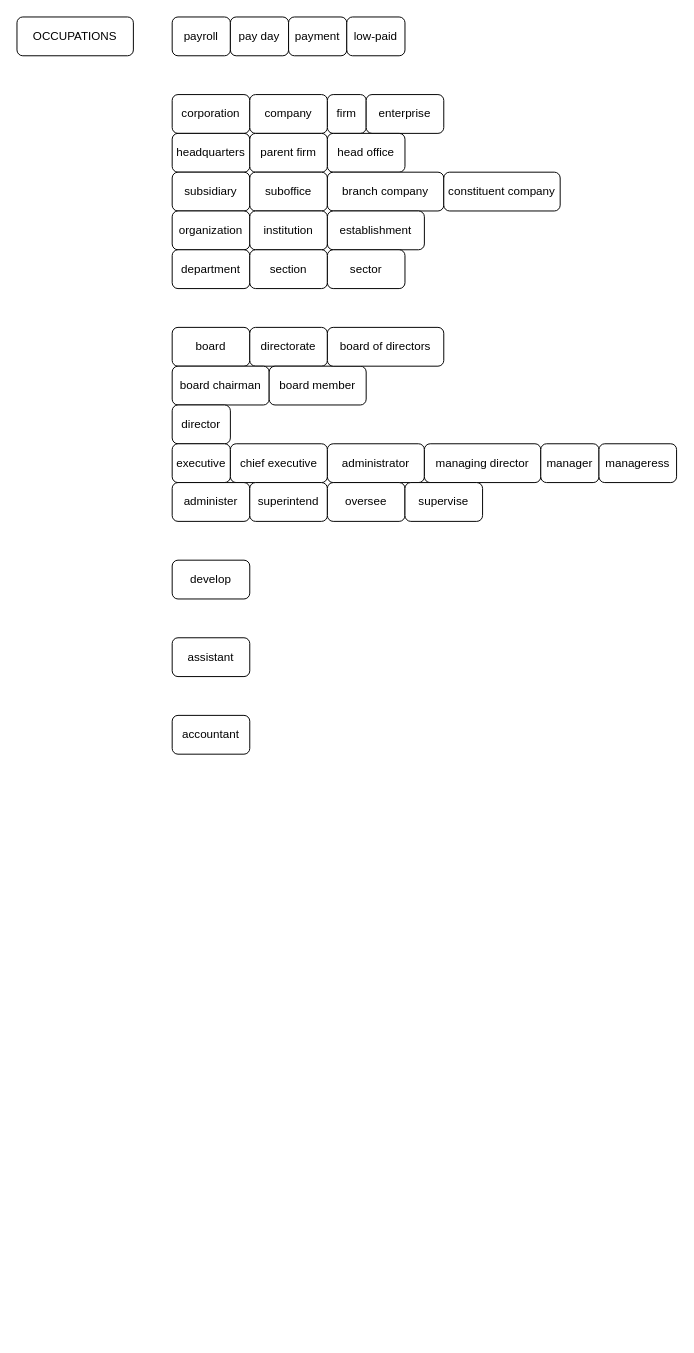
yanhanfrontend/draw.io.workspace keeps this draw.io diagram as 职场英语.drawio. Above is the earlier version. Source tidied: cells renumbered, new cells numbered last; positions are measured from the earlier drawing's top-left corner, leaving out a move shared by most shapes. Both pictures are drawn from the tidied source at 97%, with x=0, y=0 at pixel (16, 16).
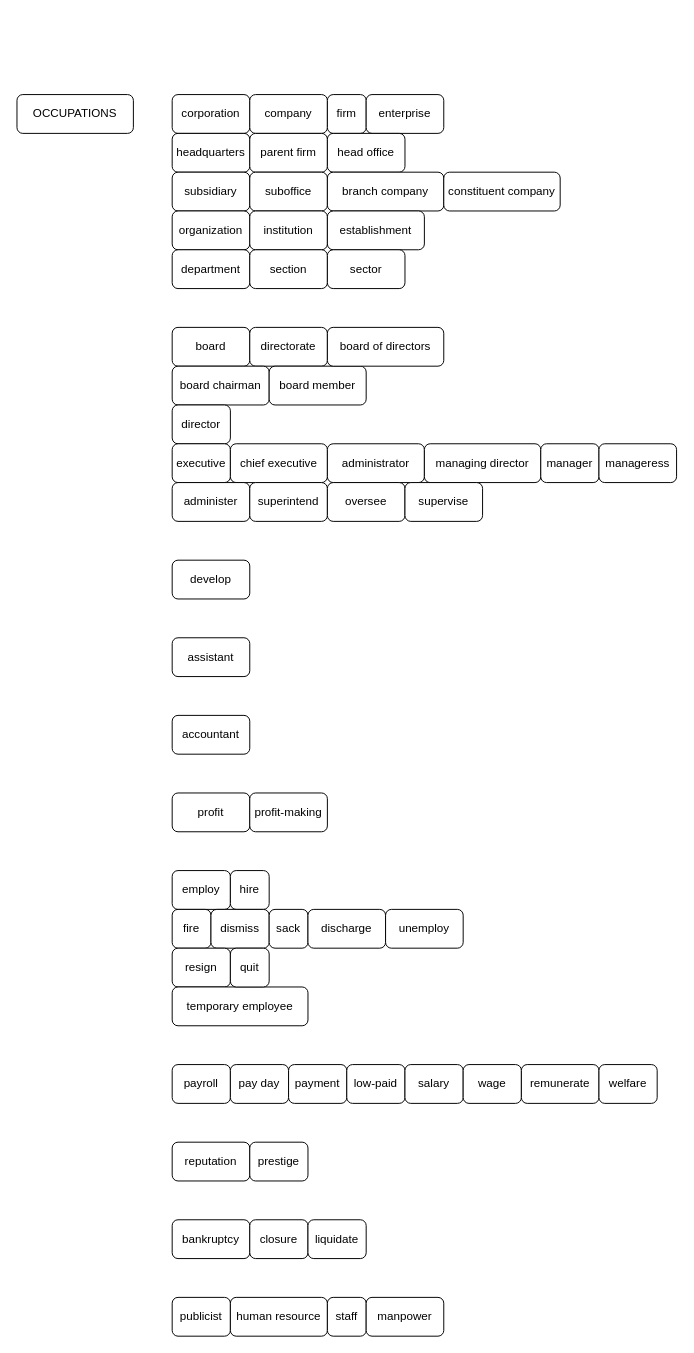
The same page after the edit.

Commit message (it also covers changes not shown here):
更新职场英语.drawio

Change to the diagram source:
```diff
@@
     <mxCell id="2" value="OCCUPATIONS" style="rounded=1;whiteSpace=wrap;html=1;" parent="1" vertex="1">
-      <mxGeometry width="120" height="40" as="geometry" />
+      <mxGeometry y="80" width="120" height="40" as="geometry" />
     </mxCell>
     <mxCell id="3" value="payroll" style="rounded=1;whiteSpace=wrap;html=1;" parent="1" vertex="1">
-      <mxGeometry x="160" width="60" height="40" as="geometry" />
+      <mxGeometry x="160" y="1080" width="60" height="40" as="geometry" />
     </mxCell>
     <mxCell id="4" value="pay day" style="rounded=1;whiteSpace=wrap;html=1;" parent="1" vertex="1">
-      <mxGeometry x="220" width="60" height="40" as="geometry" />
+      <mxGeometry x="220" y="1080" width="60" height="40" as="geometry" />
     </mxCell>
     <mxCell id="5" value="payment" style="rounded=1;whiteSpace=wrap;html=1;" parent="1" vertex="1">
-      <mxGeometry x="280" width="60" height="40" as="geometry" />
+      <mxGeometry x="280" y="1080" width="60" height="40" as="geometry" />
     </mxCell>
     <mxCell id="6" value="low-paid" style="rounded=1;whiteSpace=wrap;html=1;" parent="1" vertex="1">
-      <mxGeometry x="340" width="60" height="40" as="geometry" />
+      <mxGeometry x="340" y="1080" width="60" height="40" as="geometry" />
     </mxCell>
@@
+    <mxCell id="43" value="profit" style="rounded=1;whiteSpace=wrap;html=1;" parent="1" vertex="1">
+      <mxGeometry x="160" y="800" width="80" height="40" as="geometry" />
+    </mxCell>
+    <mxCell id="44" value="profit-making" style="rounded=1;whiteSpace=wrap;html=1;" parent="1" vertex="1">
+      <mxGeometry x="240" y="800" width="80" height="40" as="geometry" />
+    </mxCell>
+    <mxCell id="45" value="employ" style="rounded=1;whiteSpace=wrap;html=1;" parent="1" vertex="1">
+      <mxGeometry x="160" y="880" width="60" height="40" as="geometry" />
+    </mxCell>
+    <mxCell id="46" value="hire" style="rounded=1;whiteSpace=wrap;html=1;" parent="1" vertex="1">
+      <mxGeometry x="220" y="880" width="40" height="40" as="geometry" />
+    </mxCell>
+    <mxCell id="47" value="fire" style="rounded=1;whiteSpace=wrap;html=1;" parent="1" vertex="1">
+      <mxGeometry x="160" y="920" width="40" height="40" as="geometry" />
+    </mxCell>
+    <mxCell id="48" value="dismiss" style="rounded=1;whiteSpace=wrap;html=1;" parent="1" vertex="1">
+      <mxGeometry x="200" y="920" width="60" height="40" as="geometry" />
+    </mxCell>
+    <mxCell id="49" value="sack" style="rounded=1;whiteSpace=wrap;html=1;" parent="1" vertex="1">
+      <mxGeometry x="260" y="920" width="40" height="40" as="geometry" />
+    </mxCell>
+    <mxCell id="50" value="discharge" style="rounded=1;whiteSpace=wrap;html=1;" parent="1" vertex="1">
+      <mxGeometry x="300" y="920" width="80" height="40" as="geometry" />
+    </mxCell>
+    <mxCell id="51" value="unemploy" style="rounded=1;whiteSpace=wrap;html=1;" parent="1" vertex="1">
+      <mxGeometry x="380" y="920" width="80" height="40" as="geometry" />
+    </mxCell>
+    <mxCell id="52" value="resign" style="rounded=1;whiteSpace=wrap;html=1;" parent="1" vertex="1">
+      <mxGeometry x="160" y="960" width="60" height="40" as="geometry" />
+    </mxCell>
+    <mxCell id="53" value="temporary employee" style="rounded=1;whiteSpace=wrap;html=1;" parent="1" vertex="1">
+      <mxGeometry x="160" y="1000" width="140" height="40" as="geometry" />
+    </mxCell>
+    <mxCell id="54" value="quit" style="rounded=1;whiteSpace=wrap;html=1;" parent="1" vertex="1">
+      <mxGeometry x="220" y="960" width="40" height="40" as="geometry" />
+    </mxCell>
+    <mxCell id="55" value="salary" style="rounded=1;whiteSpace=wrap;html=1;" parent="1" vertex="1">
+      <mxGeometry x="400" y="1080" width="60" height="40" as="geometry" />
+    </mxCell>
+    <mxCell id="56" value="wage" style="rounded=1;whiteSpace=wrap;html=1;" parent="1" vertex="1">
+      <mxGeometry x="460" y="1080" width="60" height="40" as="geometry" />
+    </mxCell>
+    <mxCell id="57" value="remunerate" style="rounded=1;whiteSpace=wrap;html=1;" parent="1" vertex="1">
+      <mxGeometry x="520" y="1080" width="80" height="40" as="geometry" />
+    </mxCell>
+    <mxCell id="58" value="welfare" style="rounded=1;whiteSpace=wrap;html=1;" parent="1" vertex="1">
+      <mxGeometry x="600" y="1080" width="60" height="40" as="geometry" />
+    </mxCell>
+    <mxCell id="59" value="reputation" style="rounded=1;whiteSpace=wrap;html=1;" parent="1" vertex="1">
+      <mxGeometry x="160" y="1160" width="80" height="40" as="geometry" />
+    </mxCell>
+    <mxCell id="60" value="prestige" style="rounded=1;whiteSpace=wrap;html=1;" parent="1" vertex="1">
+      <mxGeometry x="240" y="1160" width="60" height="40" as="geometry" />
+    </mxCell>
+    <mxCell id="61" value="bankruptcy" style="rounded=1;whiteSpace=wrap;html=1;" parent="1" vertex="1">
+      <mxGeometry x="160" y="1240" width="80" height="40" as="geometry" />
+    </mxCell>
+    <mxCell id="62" value="closure" style="rounded=1;whiteSpace=wrap;html=1;" parent="1" vertex="1">
+      <mxGeometry x="240" y="1240" width="60" height="40" as="geometry" />
+    </mxCell>
+    <mxCell id="63" value="liquidate" style="rounded=1;whiteSpace=wrap;html=1;" parent="1" vertex="1">
+      <mxGeometry x="300" y="1240" width="60" height="40" as="geometry" />
+    </mxCell>
+    <mxCell id="64" value="publicist" style="rounded=1;whiteSpace=wrap;html=1;" parent="1" vertex="1">
+      <mxGeometry x="160" y="1320" width="60" height="40" as="geometry" />
+    </mxCell>
+    <mxCell id="65" value="human resource" style="rounded=1;whiteSpace=wrap;html=1;" parent="1" vertex="1">
+      <mxGeometry x="220" y="1320" width="100" height="40" as="geometry" />
+    </mxCell>
+    <mxCell id="66" value="staff" style="rounded=1;whiteSpace=wrap;html=1;" parent="1" vertex="1">
+      <mxGeometry x="320" y="1320" width="40" height="40" as="geometry" />
+    </mxCell>
+    <mxCell id="67" value="manpower" style="rounded=1;whiteSpace=wrap;html=1;" parent="1" vertex="1">
+      <mxGeometry x="360" y="1320" width="80" height="40" as="geometry" />
+    </mxCell>
```
